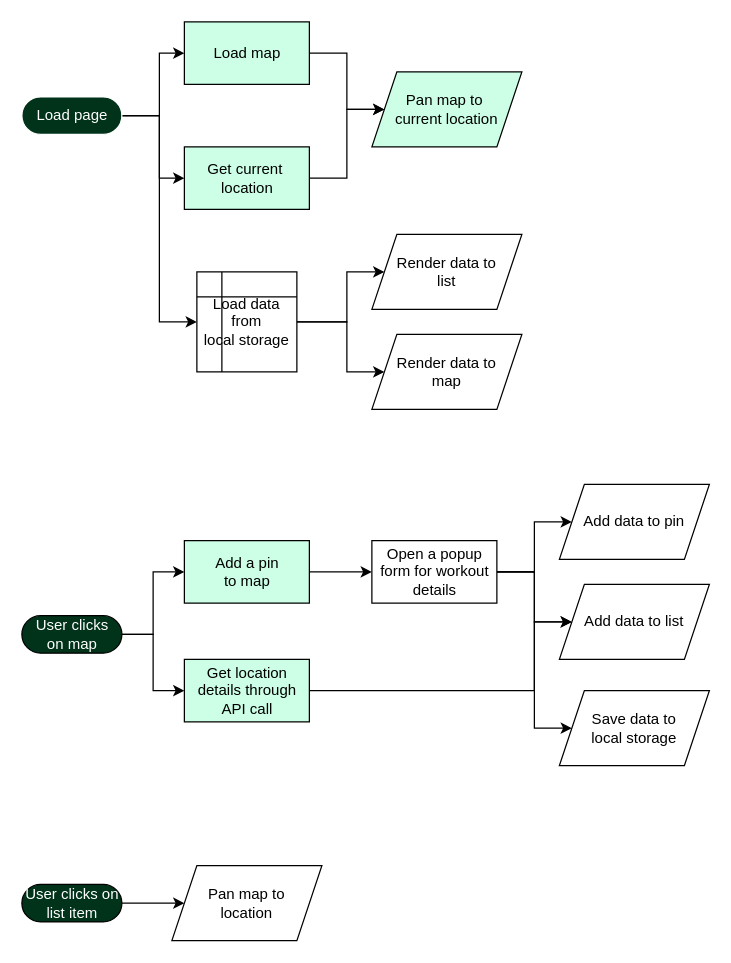
Before: docs/3.flowchart.drawio in VigilV11/VisualWorkoutLog, a draw.io diagram. Source tidied: cells renumbered, new cells numbered last; positions are measured from the earlier drawing's top-left corner, leaving out a move shared by most shapes. Both pictures are drawn from the tidied source at 125%, with x=0, y=0 at pixel (21, 21).
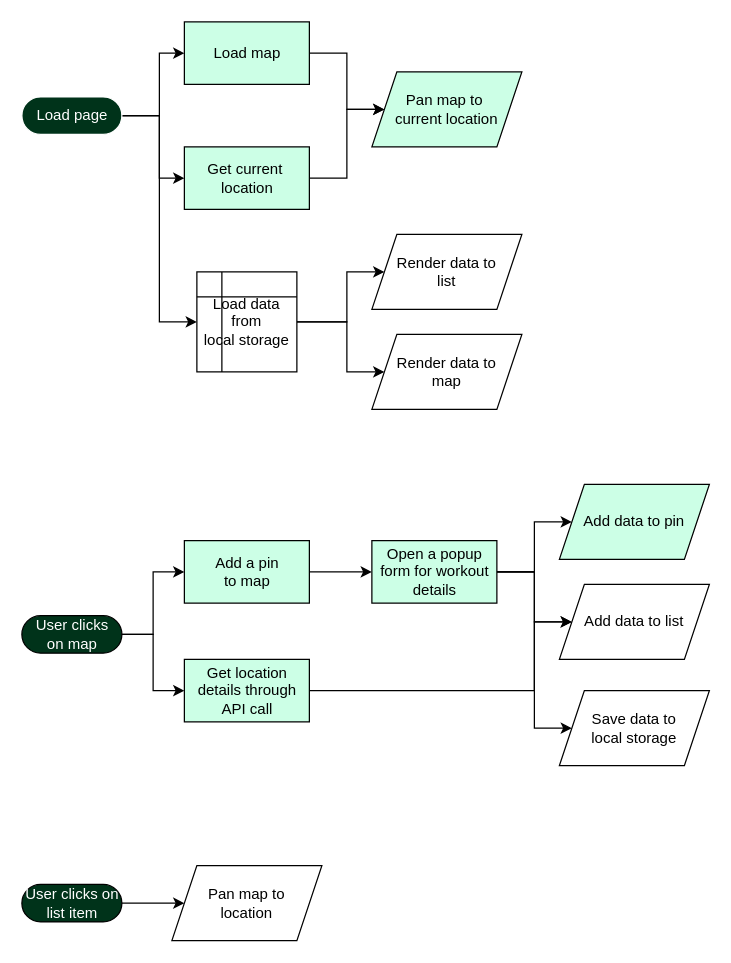
Above is the later version.

The edit, as a diff of the source:
```diff
@@
-    <mxCell id="18" value="Open a popup&lt;br&gt;form for workout&lt;br&gt;details" style="html=1;dashed=0;whitespace=wrap;fontColor=#000000;fillColor=#FFFFFF;" parent="1" vertex="1">
+    <mxCell id="18" value="Open a popup&lt;br&gt;form for workout&lt;br&gt;details" style="html=1;dashed=0;whitespace=wrap;fontColor=#000000;fillColor=#CCFFE6;" parent="1" vertex="1">
       <mxGeometry x="280" y="415" width="100" height="50" as="geometry" />
     </mxCell>
@@
-    <mxCell id="27" value="Add data to pin" style="shape=parallelogram;perimeter=parallelogramPerimeter;whiteSpace=wrap;html=1;fixedSize=1;fillColor=#FFFFFF;fontColor=#000000;" parent="1" vertex="1">
+    <mxCell id="27" value="Add data to pin" style="shape=parallelogram;perimeter=parallelogramPerimeter;whiteSpace=wrap;html=1;fixedSize=1;fillColor=#CCFFE6;fontColor=#000000;" parent="1" vertex="1">
       <mxGeometry x="430" y="370" width="120" height="60" as="geometry" />
     </mxCell>
```
